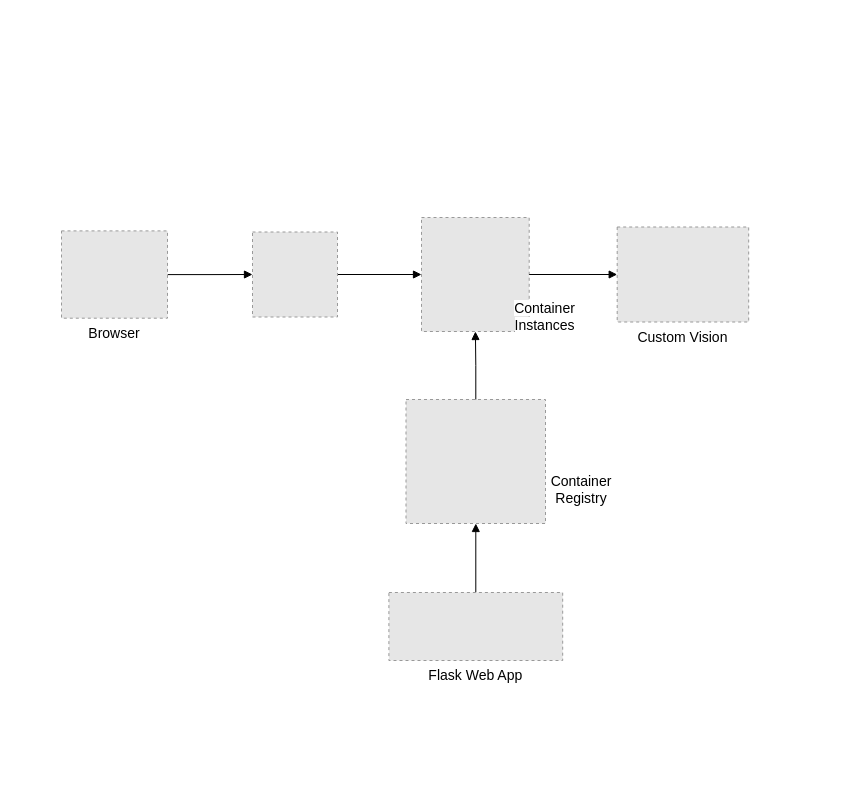
This is resources/architecture.drawio from janczarek99/sign-language-classification, a draw.io file, before an edit. Source tidied: cells renumbered, new cells numbered last; positions are measured from the earlier drawing's top-left corner, leaving out a move shared by most shapes. Both pictures are drawn from the tidied source at 100%, with x=0, y=0 at pixel (61, 217). Pictures stored in the file or linked from it are replaced by grey dashed boxes.
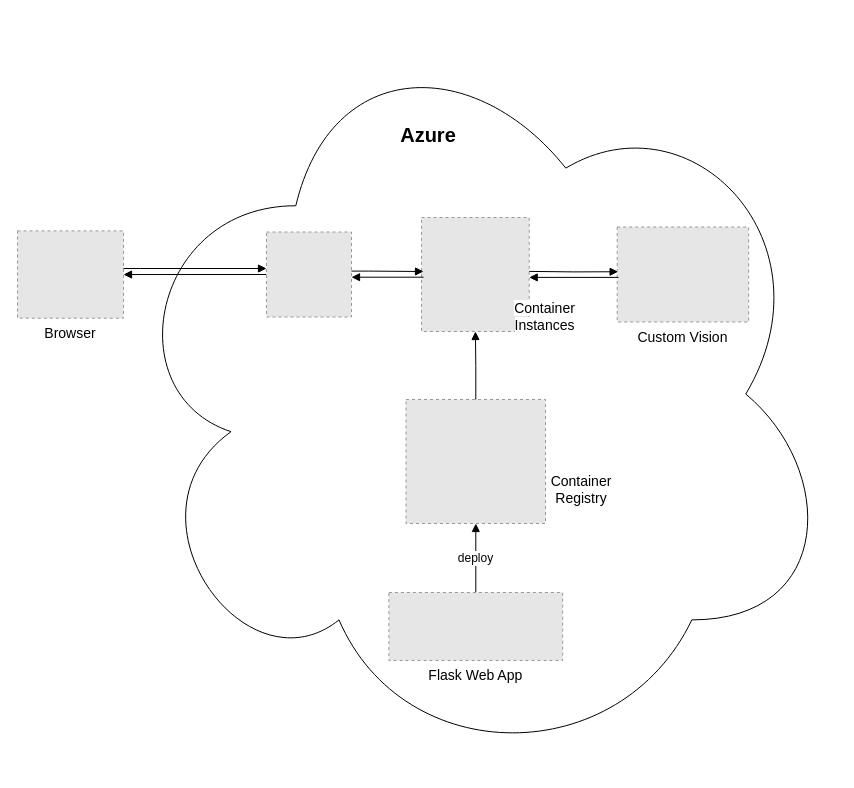
After the change.

The change refers to these unchanged cells:
```xml
<mxCell id="2" style="fillColor=#E6E6E6;strokeColor=#999999;dashed=1;verticalLabelPosition=bottom;labelBackgroundColor=#ffffff;verticalAlign=top;" parent="1" vertex="1">
  <mxGeometry x="344.5" y="182" width="139.5" height="124" as="geometry" />
</mxCell>
<mxCell id="3" style="fillColor=#E6E6E6;strokeColor=#999999;dashed=1;verticalLabelPosition=bottom;labelBackgroundColor=#ffffff;verticalAlign=top;" parent="1" vertex="1">
  <mxGeometry x="360" width="107.7" height="114" as="geometry" />
</mxCell>
<mxCell id="6" value="Flask Web App" style="fillColor=#E6E6E6;strokeColor=#999999;dashed=1;verticalLabelPosition=bottom;labelBackgroundColor=#ffffff;verticalAlign=top;fontSize=14;" parent="1" vertex="1">
  <mxGeometry x="327.4" y="375" width="173.8" height="68" as="geometry" />
</mxCell>
<mxCell id="7" value="Custom Vision" style="fillColor=#E6E6E6;strokeColor=#999999;dashed=1;verticalLabelPosition=bottom;labelBackgroundColor=#ffffff;verticalAlign=top;fontSize=14;" parent="1" vertex="1">
  <mxGeometry x="555.7" y="9.5" width="131.5" height="95" as="geometry" />
</mxCell>
```

The edit, as a diff of the source:
```diff
@@
+    <mxCell id="10" value="Browser" style="fillColor=#E6E6E6;strokeColor=#999999;dashed=1;verticalLabelPosition=bottom;labelBackgroundColor=#ffffff;verticalAlign=top;fontSize=14;" parent="1" vertex="1">
+      <mxGeometry x="-44" y="13.4" width="106" height="87.3" as="geometry" />
+    </mxCell>
+    <mxCell id="15" style="ellipse;shape=cloud;whiteSpace=wrap;html=1;" parent="1" vertex="1">
+      <mxGeometry x="54.3" y="-200" width="720" height="753" as="geometry" />
+    </mxCell>
@@
     <mxCell id="4" style="edgeStyle=orthogonalEdgeStyle;rounded=0;jettySize=auto;html=1;fontSize=14;endArrow=block;endFill=1;" parent="1" edge="1" source="2" target="3">
-      <mxGeometry x="170.7" y="61" as="geometry" />
+      <mxGeometry x="204.7" y="224" as="geometry" />
     </mxCell>
-    <mxCell id="5" style="edgeStyle=orthogonalEdgeStyle;rounded=0;jettySize=auto;html=1;endArrow=block;endFill=1;" parent="1" edge="1" source="6" target="2">
-      <mxGeometry x="170.7" y="61" as="geometry" />
+    <mxCell id="5" value="&lt;font style=&quot;font-size: 12px&quot;&gt;deploy&lt;/font&gt;" style="edgeStyle=orthogonalEdgeStyle;rounded=0;jettySize=auto;html=1;endArrow=block;endFill=1;" parent="1" edge="1" source="6" target="2">
+      <mxGeometry x="204.7" y="224" as="geometry" />
     </mxCell>
@@
-    <mxCell id="8" style="edgeStyle=orthogonalEdgeStyle;rounded=0;jettySize=auto;html=1;fontSize=14;endArrow=block;endFill=1;" parent="1" edge="1" source="3" target="7">
-      <mxGeometry x="170.7" y="61" as="geometry" />
-    </mxCell>
-    <mxCell id="9" style="edgeStyle=orthogonalEdgeStyle;rounded=0;jettySize=auto;html=1;fontSize=14;startArrow=none;startFill=0;endArrow=block;endFill=1;strokeColor=default;" parent="1" edge="1" source="10" target="14">
-      <mxGeometry relative="1" as="geometry" />
-    </mxCell>
-    <mxCell id="10" value="Browser" style="fillColor=#E6E6E6;strokeColor=#999999;dashed=1;verticalLabelPosition=bottom;labelBackgroundColor=#ffffff;verticalAlign=top;fontSize=14;" parent="1" vertex="1">
-      <mxGeometry y="13.4" width="106" height="87.3" as="geometry" />
-    </mxCell>
-    <mxCell id="11" style="edgeStyle=orthogonalEdgeStyle;rounded=0;jettySize=auto;html=1;entryX=1;entryY=0.5;entryDx=0;entryDy=0;fontSize=14;strokeColor=default;startArrow=block;startFill=1;endArrow=none;endFill=0;" parent="1" edge="1" source="3" target="14">
-      <mxGeometry x="108" y="61" as="geometry" />
-    </mxCell>
@@
+    <mxCell id="16" style="edgeStyle=orthogonalEdgeStyle;rounded=0;jettySize=auto;html=1;entryX=1;entryY=0.5;entryDx=0;entryDy=0;strokeColor=default;endArrow=block;endFill=1;" parent="1" edge="1" source="14" target="10">
+      <mxGeometry relative="1" as="geometry" />
+    </mxCell>
     <mxCell id="14" style="fillColor=#E6E6E6;strokeColor=#999999;dashed=1;verticalLabelPosition=bottom;labelBackgroundColor=#ffffff;verticalAlign=top;" parent="1" vertex="1">
-      <mxGeometry x="191" y="14.5" width="85" height="85" as="geometry" />
+      <mxGeometry x="205" y="14.5" width="85" height="85" as="geometry" />
     </mxCell>
+    <mxCell id="17" value="&lt;font style=&quot;font-size: 20px&quot;&gt;&lt;b&gt;Azure&lt;/b&gt;&lt;/font&gt;" style="text;html=1;strokeColor=none;fillColor=none;align=center;verticalAlign=middle;whiteSpace=wrap;rounded=0;" parent="1" vertex="1">
+      <mxGeometry x="337" y="-98" width="60" height="30" as="geometry" />
+    </mxCell>
+    <mxCell id="9" style="edgeStyle=orthogonalEdgeStyle;rounded=0;jettySize=auto;html=1;fontSize=14;startArrow=none;startFill=0;endArrow=block;endFill=1;strokeColor=default;" parent="1" edge="1" source="10" target="14">
+      <mxGeometry relative="1" as="geometry">
+        <Array as="points">
+          <mxPoint x="79" y="51" />
+          <mxPoint x="79" y="51" />
+        </Array>
+      </mxGeometry>
+    </mxCell>
+    <mxCell id="18" style="edgeStyle=orthogonalEdgeStyle;rounded=0;orthogonalLoop=1;jettySize=auto;html=1;entryX=1;entryY=0.5;entryDx=0;entryDy=0;strokeColor=default;endArrow=block;endFill=1;" parent="1" edge="1">
+      <mxGeometry relative="1" as="geometry">
+        <mxPoint x="362" y="60" as="sourcePoint" />
+        <mxPoint x="290" y="59.7" as="targetPoint" />
+        <Array as="points">
+          <mxPoint x="290" y="60" />
+        </Array>
+      </mxGeometry>
+    </mxCell>
+    <mxCell id="19" style="edgeStyle=orthogonalEdgeStyle;rounded=0;orthogonalLoop=1;jettySize=auto;html=1;fontSize=14;startArrow=none;startFill=0;endArrow=block;endFill=1;strokeColor=default;" parent="1" edge="1">
+      <mxGeometry relative="1" as="geometry">
+        <mxPoint x="290" y="53.6" as="sourcePoint" />
+        <mxPoint x="362" y="54" as="targetPoint" />
+        <Array as="points">
+          <mxPoint x="307" y="53.6" />
+          <mxPoint x="307" y="53.6" />
+        </Array>
+      </mxGeometry>
+    </mxCell>
+    <mxCell id="20" style="edgeStyle=orthogonalEdgeStyle;rounded=0;orthogonalLoop=1;jettySize=auto;html=1;entryX=1;entryY=0.5;entryDx=0;entryDy=0;strokeColor=default;endArrow=block;endFill=1;" parent="1" edge="1">
+      <mxGeometry relative="1" as="geometry">
+        <mxPoint x="557" y="60" as="sourcePoint" />
+        <mxPoint x="467.7" y="59.9" as="targetPoint" />
+        <Array as="points">
+          <mxPoint x="468" y="60" />
+        </Array>
+      </mxGeometry>
+    </mxCell>
+    <mxCell id="21" style="edgeStyle=orthogonalEdgeStyle;rounded=0;jettySize=auto;html=1;fontSize=14;startArrow=none;startFill=0;endArrow=block;endFill=1;strokeColor=default;entryX=0.007;entryY=0.471;entryDx=0;entryDy=0;entryPerimeter=0;" parent="1" edge="1" target="7">
+      <mxGeometry relative="1" as="geometry">
+        <mxPoint x="467.7" y="53.9" as="sourcePoint" />
+      </mxGeometry>
+    </mxCell>
```
